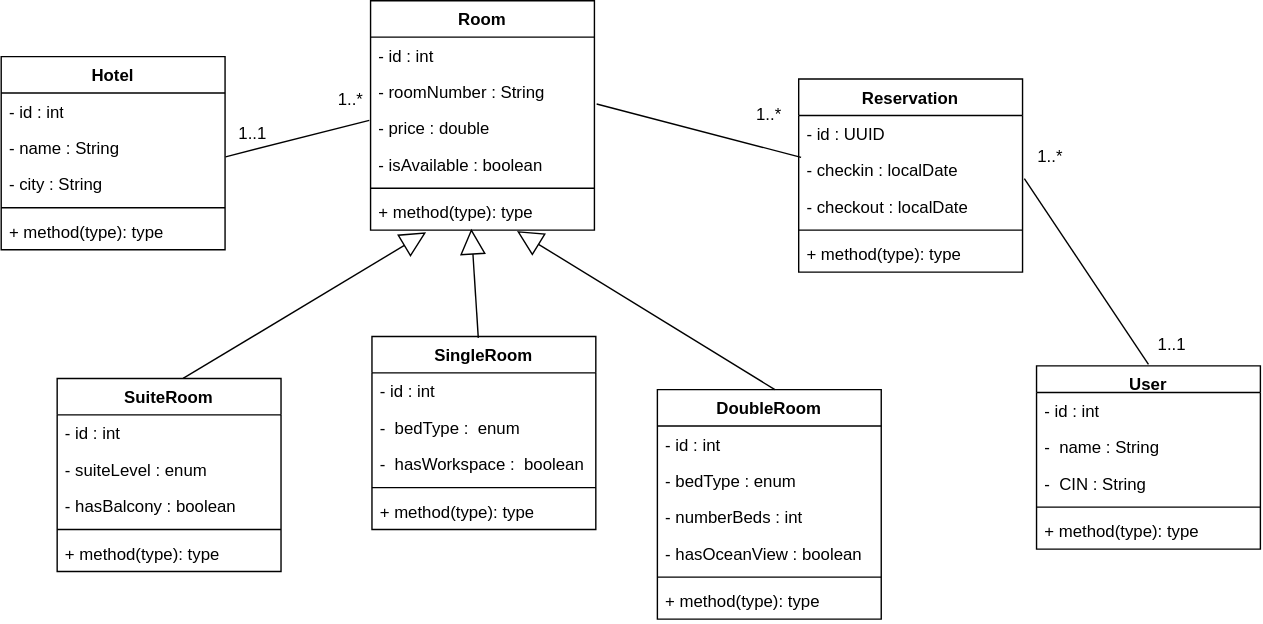
Before: DClasse.svg, a diagram exported from draw.io (abdelalicode/YouReservations). Source tidied: cells renumbered, new cells last; positions are measured from the earlier drawing's top-left corner, leaving out a move shared by most shapes.
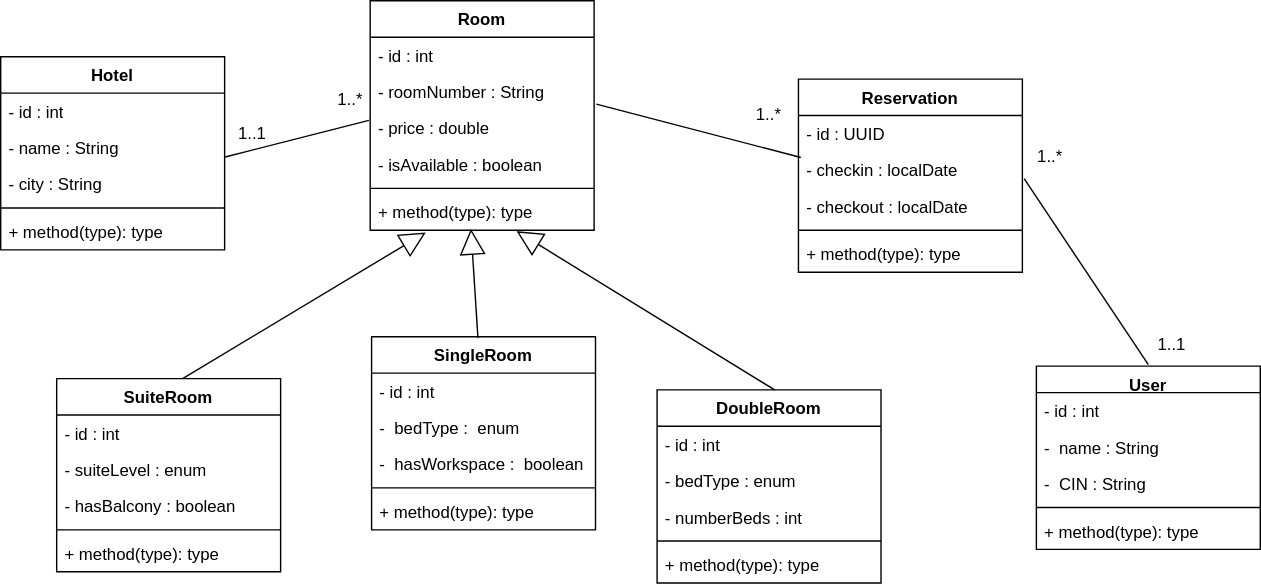
The same diagram one commit later.

The edit, as a diff of the source:
```diff
@@ -114,7 +114,7 @@
       <mxGeometry y="112" width="160" height="26" as="geometry" />
     </mxCell>
     <mxCell id="39" value="DoubleRoom" style="swimlane;fontStyle=1;align=center;verticalAlign=top;horizontal=1;startSize=26;whiteSpace=wrap;html=1;" parent="1" vertex="1">
-      <mxGeometry x="469" y="278" width="160" height="164" as="geometry" />
+      <mxGeometry x="469" y="278" width="160" height="138" as="geometry" />
     </mxCell>
     <mxCell id="40" value="- id : int&amp;nbsp;" style="text;strokeColor=none;fillColor=none;align=left;verticalAlign=top;spacingLeft=4;spacingRight=4;overflow=hidden;whiteSpace=wrap;html=1;" parent="39" vertex="1">
       <mxGeometry y="26" width="160" height="26" as="geometry" />
@@ -125,14 +125,11 @@
     <mxCell id="42" value="- numberBeds : int" style="text;strokeColor=none;fillColor=none;align=left;verticalAlign=top;spacingLeft=4;spacingRight=4;overflow=hidden;whiteSpace=wrap;html=1;" parent="39" vertex="1">
       <mxGeometry y="78" width="160" height="26" as="geometry" />
     </mxCell>
-    <mxCell id="43" value="- hasOceanView : boolean" style="text;strokeColor=none;fillColor=none;align=left;verticalAlign=top;spacingLeft=4;spacingRight=4;overflow=hidden;whiteSpace=wrap;html=1;" parent="39" vertex="1">
-      <mxGeometry y="104" width="160" height="26" as="geometry" />
-    </mxCell>
     <mxCell id="44" style="line;strokeWidth=1;fillColor=none;align=left;verticalAlign=middle;spacingTop=-1;spacingLeft=3;spacingRight=3;labelPosition=right;strokeColor=inherit;" parent="39" vertex="1">
-      <mxGeometry y="130" width="160" height="8" as="geometry" />
+      <mxGeometry y="104" width="160" height="8" as="geometry" />
     </mxCell>
     <mxCell id="45" value="+ method(type): type" style="text;strokeColor=none;fillColor=none;align=left;verticalAlign=top;spacingLeft=4;spacingRight=4;overflow=hidden;whiteSpace=wrap;html=1;" parent="39" vertex="1">
-      <mxGeometry y="138" width="160" height="26" as="geometry" />
+      <mxGeometry y="112" width="160" height="26" as="geometry" />
     </mxCell>
     <mxCell id="46" style="endArrow=block;endSize=16;endFill=0;html=1;rounded=0;entryX=0.473;entryY=1.098;entryDx=0;entryDy=0;entryPerimeter=0;" parent="1" edge="1">
       <mxGeometry relative="1" as="geometry">
```
